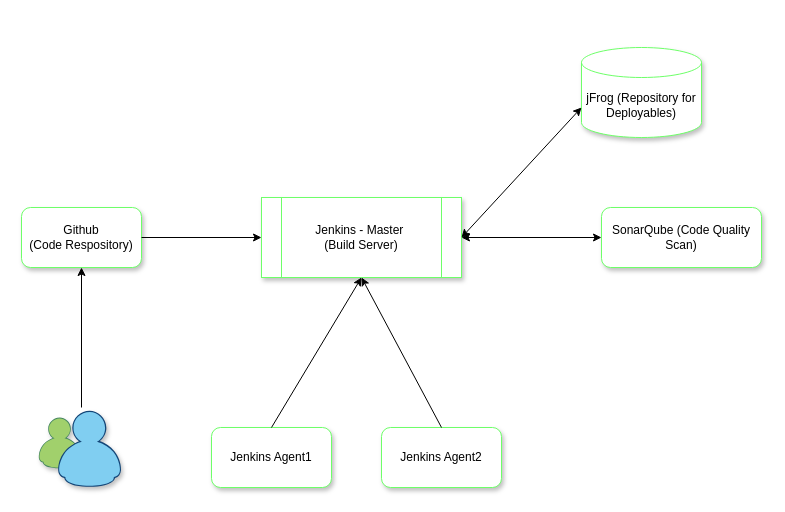
Earlier version of the draw.io diagram page "Jenkins Setup" (3 of 5) of githudemo.drawio (mishrabp/mydevops). Source tidied: cells renumbered, new cells numbered last; positions are measured from the earlier drawing's top-left corner, leaving out a move shared by most shapes. Both pictures are drawn from the tidied source at 100%, with x=0, y=0 at pixel (21, 47).
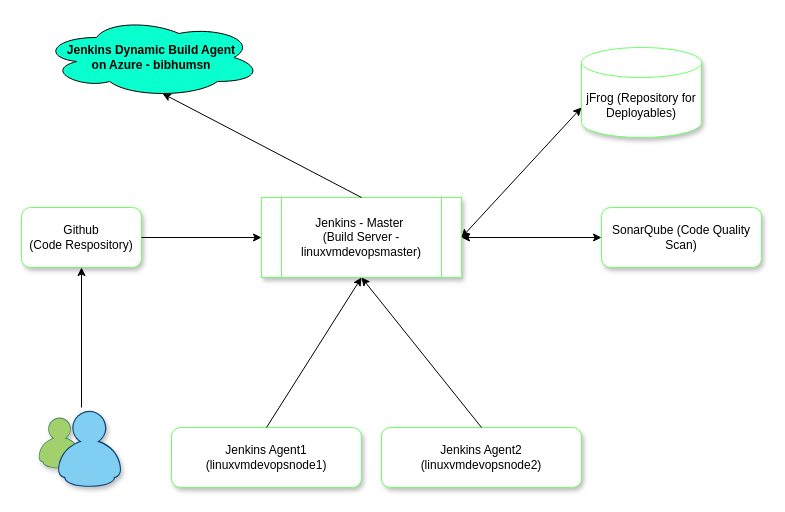
Above is the later version.

Diff of the diagram source:
```diff
@@
 <mxGraphModel>
   <root>
     <mxCell id="0" />
     <mxCell id="1" parent="0" />
-    <mxCell id="2" value="Jenkins - Master&amp;nbsp;&lt;br&gt;(Build Server)" style="shape=process;whiteSpace=wrap;html=1;backgroundOutline=1;shadow=1;strokeColor=#6EFF69;" parent="1" vertex="1">
+    <mxCell id="2" value="Jenkins - Master&amp;nbsp;&lt;br&gt;(Build Server - linuxvmdevopsmaster)" style="shape=process;whiteSpace=wrap;html=1;backgroundOutline=1;shadow=1;strokeColor=#6EFF69;" parent="1" vertex="1">
       <mxGeometry x="240" y="150" width="200" height="80" as="geometry" />
     </mxCell>
-    <mxCell id="3" value="&lt;span&gt;Jenkins Agent1&lt;/span&gt;" style="rounded=1;whiteSpace=wrap;html=1;shadow=1;strokeColor=#6EFF69;" parent="1" vertex="1">
-      <mxGeometry x="190" y="380" width="120" height="60" as="geometry" />
+    <mxCell id="3" value="&lt;span&gt;Jenkins Agent1 (&lt;/span&gt;linuxvmdevopsnode1&lt;span&gt;)&lt;/span&gt;" style="rounded=1;whiteSpace=wrap;html=1;shadow=1;strokeColor=#6EFF69;" parent="1" vertex="1">
+      <mxGeometry x="150" y="380" width="190" height="60" as="geometry" />
     </mxCell>
-    <mxCell id="4" value="Jenkins Agent2" style="rounded=1;whiteSpace=wrap;html=1;shadow=1;strokeColor=#6EFF69;" parent="1" vertex="1">
-      <mxGeometry x="360" y="380" width="120" height="60" as="geometry" />
+    <mxCell id="4" value="Jenkins Agent2&lt;br&gt;(linuxvmdevopsnode2)" style="rounded=1;whiteSpace=wrap;html=1;shadow=1;strokeColor=#6EFF69;" parent="1" vertex="1">
+      <mxGeometry x="360" y="380" width="200" height="60" as="geometry" />
     </mxCell>
     <mxCell id="5" value="Github&lt;br&gt;(Code Respository)" style="rounded=1;whiteSpace=wrap;html=1;shadow=1;strokeColor=#6EFF69;" parent="1" vertex="1">
       <mxGeometry y="160" width="120" height="60" as="geometry" />
     </mxCell>
     <mxCell id="6" style="dashed=0;html=1;align=center;labelPosition=center;verticalLabelPosition=bottom;verticalAlign=top;shape=mxgraph.weblogos.messenger;shadow=1;strokeColor=#6EFF69;" parent="1" vertex="1">
       <mxGeometry x="17" y="363.2" width="82.6" height="76.8" as="geometry" />
     </mxCell>
     <mxCell id="7" style="endArrow=classic;html=1;entryX=0.5;entryY=1;entryDx=0;entryDy=0;" parent="1" edge="1" target="5">
       <mxGeometry relative="1" as="geometry">
         <mxPoint x="60" y="360" as="sourcePoint" />
       </mxGeometry>
     </mxCell>
     <mxCell id="8" style="endArrow=classic;html=1;exitX=1;exitY=0.5;exitDx=0;exitDy=0;entryX=0;entryY=0.5;entryDx=0;entryDy=0;" parent="1" edge="1" source="5" target="2">
       <mxGeometry relative="1" as="geometry" />
     </mxCell>
     <mxCell id="9" style="endArrow=classic;html=1;entryX=0.5;entryY=1;entryDx=0;entryDy=0;exitX=0.5;exitY=0;exitDx=0;exitDy=0;" parent="1" edge="1" source="3" target="2">
       <mxGeometry relative="1" as="geometry" />
     </mxCell>
     <mxCell id="10" style="endArrow=classic;html=1;entryX=0.5;entryY=1;entryDx=0;entryDy=0;exitX=0.5;exitY=0;exitDx=0;exitDy=0;" parent="1" edge="1" source="4" target="2">
       <mxGeometry relative="1" as="geometry" />
     </mxCell>
     <mxCell id="11" value="jFrog (Repository for Deployables)" style="shape=cylinder3;whiteSpace=wrap;html=1;boundedLbl=1;backgroundOutline=1;size=15;shadow=1;strokeColor=#6EFF69;" parent="1" vertex="1">
       <mxGeometry x="560" width="120" height="90" as="geometry" />
     </mxCell>
     <mxCell id="12" value="SonarQube (Code Quality Scan)" style="rounded=1;whiteSpace=wrap;html=1;shadow=1;strokeColor=#6EFF69;" parent="1" vertex="1">
       <mxGeometry x="580" y="160" width="160" height="60" as="geometry" />
     </mxCell>
     <mxCell id="13" style="endArrow=classic;startArrow=classic;html=1;entryX=1;entryY=0.5;entryDx=0;entryDy=0;exitX=0;exitY=0.5;exitDx=0;exitDy=0;" parent="1" edge="1" source="12" target="2">
       <mxGeometry relative="1" as="geometry" />
     </mxCell>
     <mxCell id="14" style="endArrow=classic;startArrow=classic;html=1;entryX=1;entryY=0.5;entryDx=0;entryDy=0;exitX=0;exitY=0;exitDx=0;exitDy=60;exitPerimeter=0;" parent="1" edge="1" source="11" target="2">
       <mxGeometry relative="1" as="geometry" />
     </mxCell>
+    <mxCell id="15" value="&lt;b&gt;Jenkins Dynamic Build Agent&lt;br&gt;on Azure - bibhumsn&lt;/b&gt;" style="ellipse;shape=cloud;whiteSpace=wrap;html=1;fillColor=#0AFFCE;" parent="1" vertex="1">
+      <mxGeometry x="20" y="-30" width="220" height="80" as="geometry" />
+    </mxCell>
+    <mxCell id="16" style="endArrow=classic;html=1;entryX=0.55;entryY=0.95;entryDx=0;entryDy=0;entryPerimeter=0;exitX=0.5;exitY=0;exitDx=0;exitDy=0;" parent="1" edge="1" source="2" target="15">
+      <mxGeometry relative="1" as="geometry" />
+    </mxCell>
   </root>
 </mxGraphModel>
```
